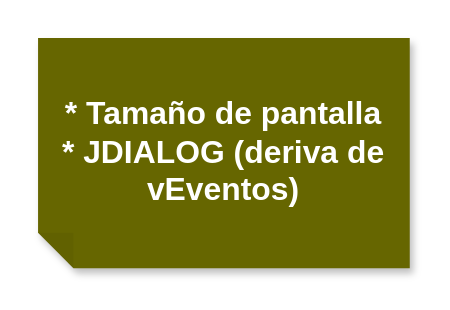
Earlier version of the draw.io diagram page "vAcólitosEvento" (13 of 13) of DiseñosInterfaz/DiseñosInterfaz.drawio (iagofeijoorey/BasesDeDatosII). Source tidied: cells renumbered, new cells numbered last; positions are measured from the earlier drawing's top-left corner, leaving out a move shared by most shapes. Both pictures are drawn from the tidied source at 177%, with x=0, y=0 at pixel (37, 37).
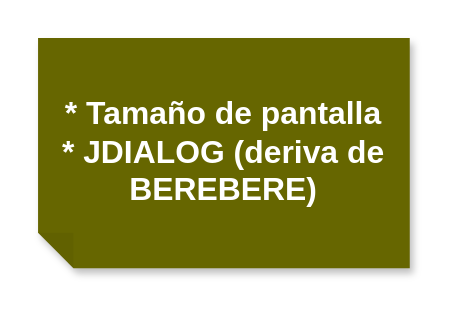
The same page after the edit.

The edit, as a diff of the source:
```diff
@@
 <mxGraphModel>
   <root>
     <mxCell id="0" />
     <mxCell id="1" parent="0" />
-    <mxCell id="2" value="&lt;b&gt;&lt;font style=&quot;font-size: 18px;&quot; color=&quot;#ffffff&quot;&gt;* Tamaño de pantalla&lt;/font&gt;&lt;/b&gt;&lt;div&gt;&lt;b&gt;&lt;font style=&quot;font-size: 18px;&quot; color=&quot;#ffffff&quot;&gt;* JDIALOG (deriva de vEventos)&lt;/font&gt;&lt;/b&gt;&lt;/div&gt;" style="shape=note;whiteSpace=wrap;html=1;backgroundOutline=1;fontColor=#000000;darkOpacity=0.05;fillColor=#666600;strokeColor=none;fillStyle=solid;direction=west;gradientDirection=radial;gradientColor=none;shadow=1;size=20;" parent="1" vertex="1">
+    <mxCell id="2" value="&lt;b&gt;&lt;font style=&quot;font-size: 18px;&quot; color=&quot;#ffffff&quot;&gt;* Tamaño de pantalla&lt;/font&gt;&lt;/b&gt;&lt;div&gt;&lt;b&gt;&lt;font style=&quot;font-size: 18px;&quot; color=&quot;#ffffff&quot;&gt;* JDIALOG (deriva de BEREBERE)&lt;/font&gt;&lt;/b&gt;&lt;/div&gt;" style="shape=note;whiteSpace=wrap;html=1;backgroundOutline=1;fontColor=#000000;darkOpacity=0.05;fillColor=#666600;strokeColor=none;fillStyle=solid;direction=west;gradientDirection=radial;gradientColor=none;shadow=1;size=20;" parent="1" vertex="1">
       <mxGeometry width="210" height="130" as="geometry" />
     </mxCell>
   </root>
 </mxGraphModel>
```
